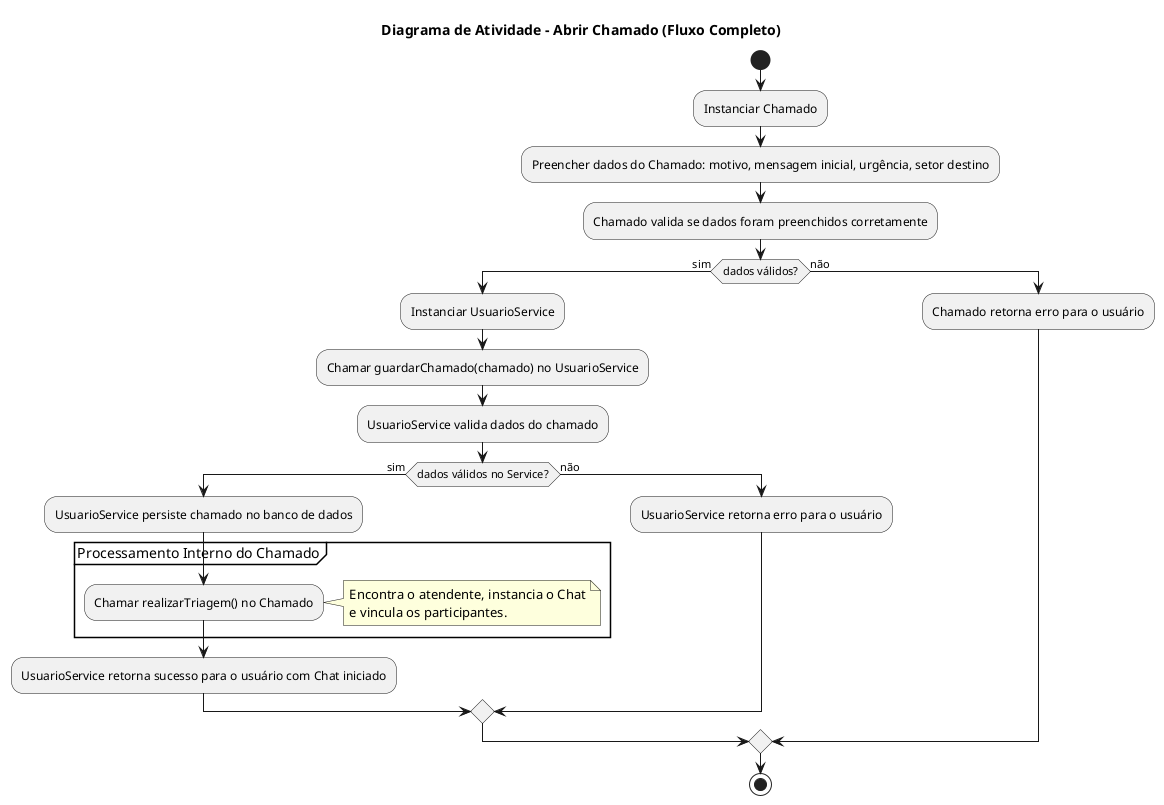
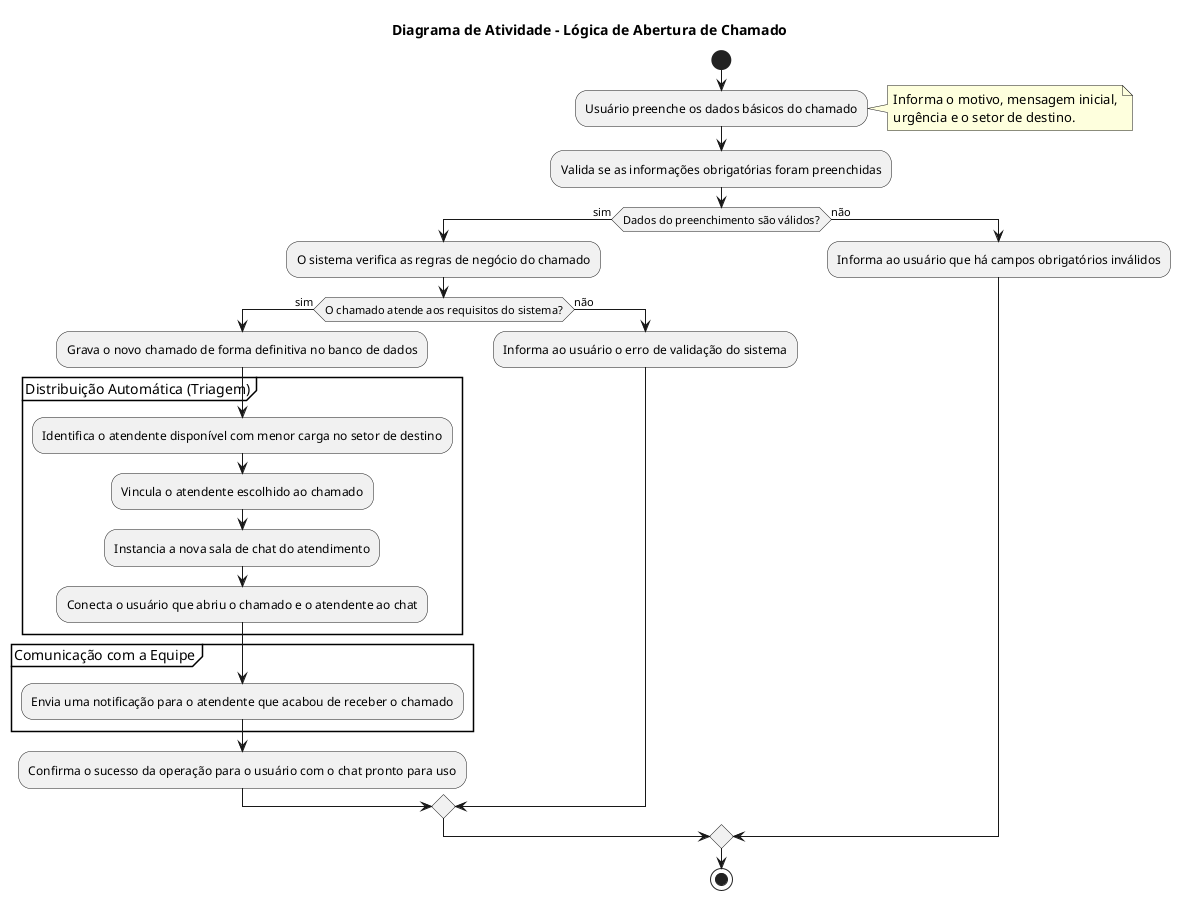
@startuml
- title Diagrama de Atividade - Abrir Chamado (Fluxo Completo)
+ title Diagrama de Atividade - Lógica de Abertura de Chamado

start

- :Instanciar Chamado;
- :Preencher dados do Chamado: motivo, mensagem inicial, urgência, setor destino;
- :Chamado valida se dados foram preenchidos corretamente;
+ :Usuário preenche os dados básicos do chamado;
+ note right
+   Informa o motivo, mensagem inicial,
+   urgência e o setor de destino.
+ end note

- if (dados válidos?) then (sim)
-   :Instanciar UsuarioService;
-   :Chamar guardarChamado(chamado) no UsuarioService;
-   :UsuarioService valida dados do chamado;
+ :Valida se as informações obrigatórias foram preenchidas;

-   if (dados válidos no Service?) then (sim)
-     :UsuarioService persiste chamado no banco de dados;
+ if (Dados do preenchimento são válidos?) then (sim)
+   :O sistema verifica as regras de negócio do chamado;

-     partition "Processamento Interno do Chamado" {
-       :Chamar realizarTriagem() no Chamado;
-       note right
-         Encontra o atendente, instancia o Chat
-         e vincula os participantes.
-       end note
+   if (O chamado atende aos requisitos do sistema?) then (sim)
+     :Grava o novo chamado de forma definitiva no banco de dados;
+ 
+     partition "Distribuição Automática (Triagem)" {
+       :Identifica o atendente disponível com menor carga no setor de destino;
+       :Vincula o atendente escolhido ao chamado;
+       :Instancia a nova sala de chat do atendimento;
+       :Conecta o usuário que abriu o chamado e o atendente ao chat;
    }

-     :UsuarioService retorna sucesso para o usuário com Chat iniciado;
+     partition "Comunicação com a Equipe" {
+       :Envia uma notificação para o atendente que acabou de receber o chamado;
+     }
+ 
+     :Confirma o sucesso da operação para o usuário com o chat pronto para uso;
  else (não)
-     :UsuarioService retorna erro para o usuário;
+     :Informa ao usuário o erro de validação do sistema;
  endif

else (não)
-   :Chamado retorna erro para o usuário;
+   :Informa ao usuário que há campos obrigatórios inválidos;
endif

stop
@enduml